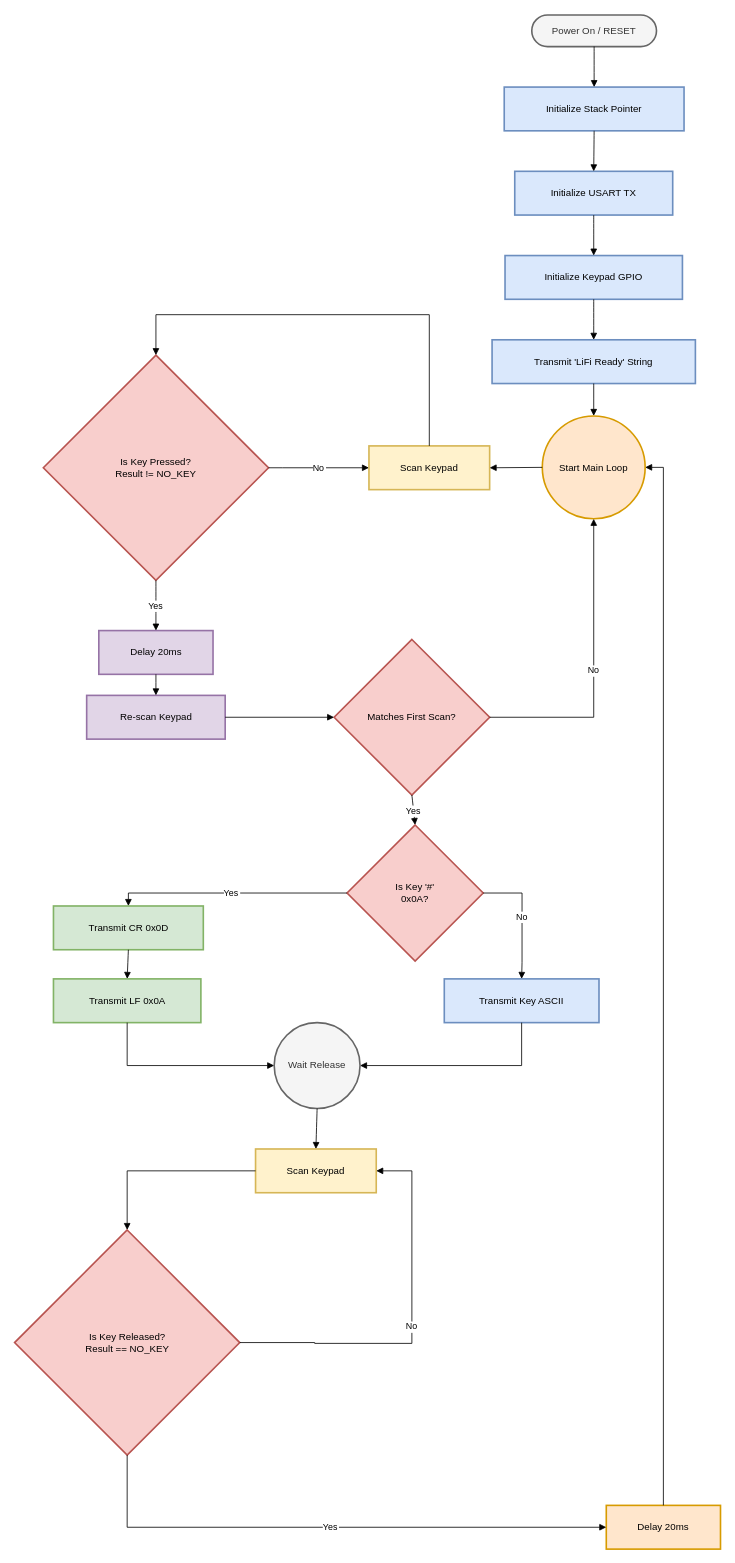
Earlier version of the draw.io diagram Project-architecture/2-Transmitter Side.drawio (Oshadha345/Li-Fi-File-Sharing). Source tidied: cells renumbered, new cells numbered last; positions are measured from the earlier drawing's top-left corner, leaving out a move shared by most shapes. Both pictures are drawn from the tidied source at 81%, with x=0, y=0 at pixel (15, 15).
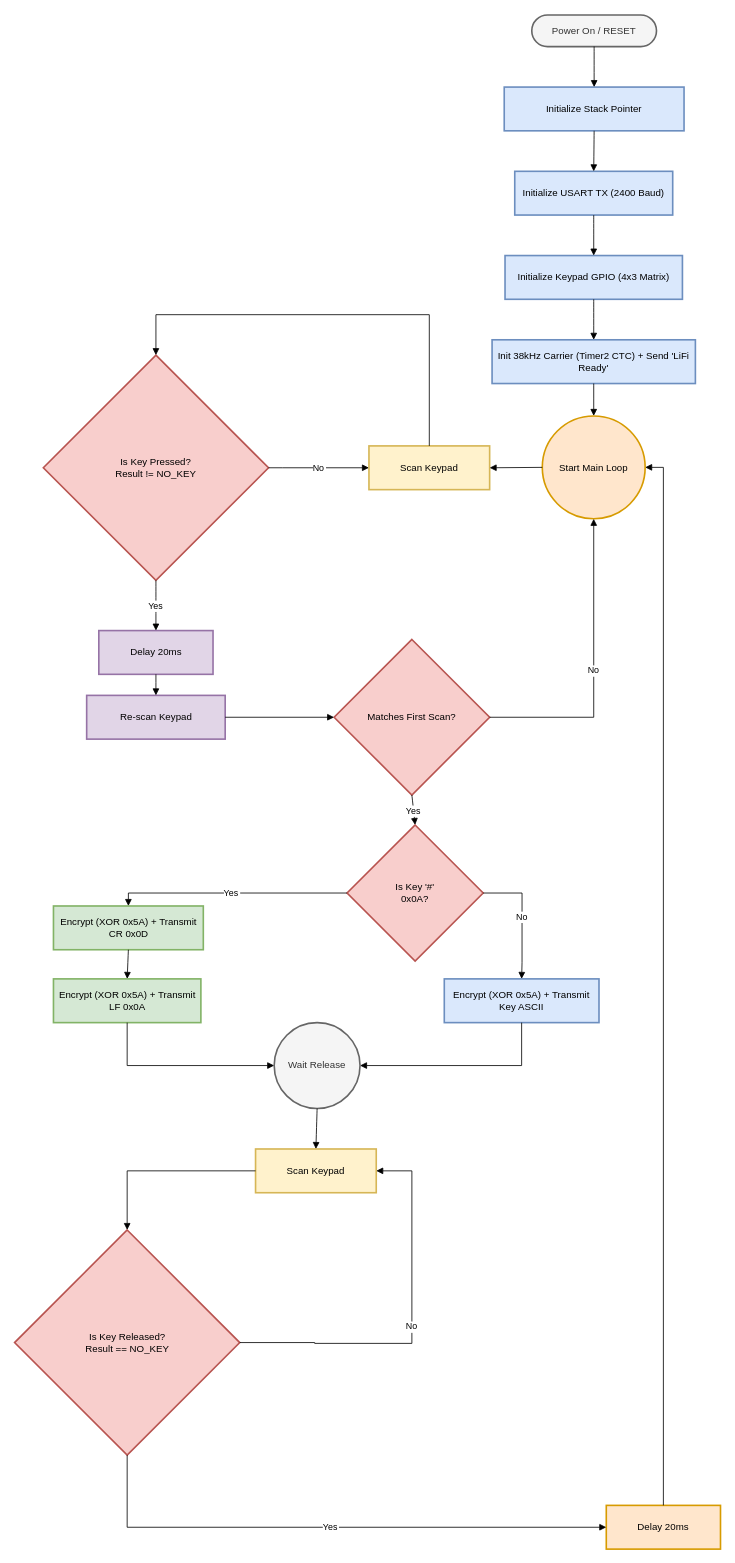
The same page after the edit.

The edit, as a diff of the source:
```diff
@@
-    <mxCell id="4" value="Initialize USART TX" style="whiteSpace=wrap;strokeWidth=2;fillColor=#dae8fc;strokeColor=#6c8ebf;" parent="1" vertex="1">
+    <mxCell id="4" value="Initialize USART TX (2400 Baud)" style="whiteSpace=wrap;strokeWidth=2;fillColor=#dae8fc;strokeColor=#6c8ebf;" parent="1" vertex="1">
       <mxGeometry x="617" y="193" width="195" height="54" as="geometry" />
     </mxCell>
-    <mxCell id="5" value="Initialize Keypad GPIO" style="whiteSpace=wrap;strokeWidth=2;fillColor=#dae8fc;strokeColor=#6c8ebf;" parent="1" vertex="1">
+    <mxCell id="5" value="Initialize Keypad GPIO (4x3 Matrix)" style="whiteSpace=wrap;strokeWidth=2;fillColor=#dae8fc;strokeColor=#6c8ebf;" parent="1" vertex="1">
       <mxGeometry x="605" y="297" width="219" height="54" as="geometry" />
     </mxCell>
-    <mxCell id="6" value="Transmit 'LiFi Ready' String" style="whiteSpace=wrap;strokeWidth=2;fillColor=#dae8fc;strokeColor=#6c8ebf;" parent="1" vertex="1">
+    <mxCell id="6" value="Init 38kHz Carrier (Timer2 CTC) + Send 'LiFi Ready'" style="whiteSpace=wrap;strokeWidth=2;fillColor=#dae8fc;strokeColor=#6c8ebf;" parent="1" vertex="1">
       <mxGeometry x="589" y="401" width="251" height="54" as="geometry" />
     </mxCell>
@@
-    <mxCell id="14" value="Transmit CR 0x0D" style="whiteSpace=wrap;strokeWidth=2;fillColor=#d5e8d4;strokeColor=#82b366;" parent="1" vertex="1">
+    <mxCell id="14" value="Encrypt (XOR 0x5A) + Transmit CR 0x0D" style="whiteSpace=wrap;strokeWidth=2;fillColor=#d5e8d4;strokeColor=#82b366;" parent="1" vertex="1">
       <mxGeometry x="47.5" y="1100" width="185" height="54" as="geometry" />
     </mxCell>
-    <mxCell id="15" value="Transmit LF 0x0A" style="whiteSpace=wrap;strokeWidth=2;fillColor=#d5e8d4;strokeColor=#82b366;" parent="1" vertex="1">
+    <mxCell id="15" value="Encrypt (XOR 0x5A) + Transmit LF 0x0A" style="whiteSpace=wrap;strokeWidth=2;fillColor=#d5e8d4;strokeColor=#82b366;" parent="1" vertex="1">
       <mxGeometry x="47.5" y="1190" width="182" height="54" as="geometry" />
     </mxCell>
@@
-    <mxCell id="17" value="Transmit Key ASCII" style="whiteSpace=wrap;strokeWidth=2;fillColor=#dae8fc;strokeColor=#6c8ebf;" parent="1" vertex="1">
+    <mxCell id="17" value="Encrypt (XOR 0x5A) + Transmit Key ASCII" style="whiteSpace=wrap;strokeWidth=2;fillColor=#dae8fc;strokeColor=#6c8ebf;" parent="1" vertex="1">
       <mxGeometry x="530" y="1190" width="191" height="54" as="geometry" />
     </mxCell>
```
